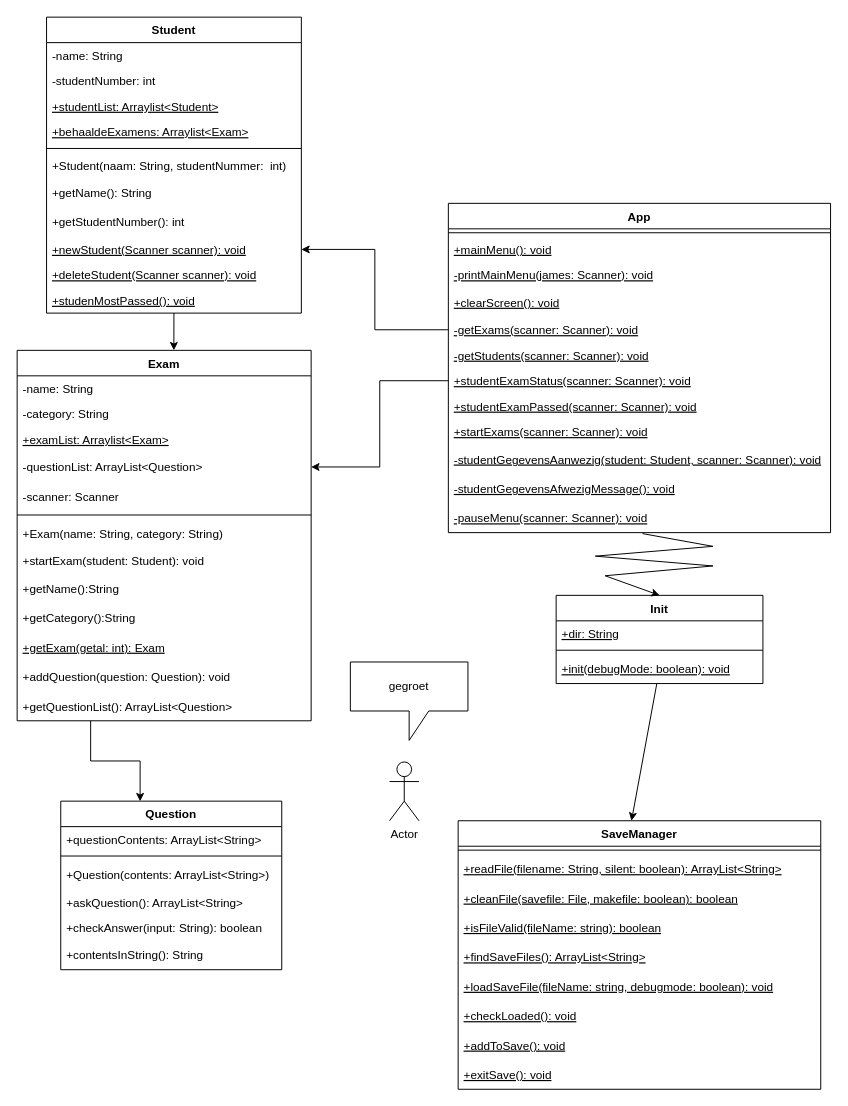
Studeeric/proj1 keeps this draw.io diagram as UML.drawio. Above is the earlier version. Source tidied: cells renumbered, new cells numbered last; positions are measured from the earlier drawing's top-left corner, leaving out a move shared by most shapes. Both pictures are drawn from the tidied source at 98%, with x=0, y=0 at pixel (17, 17).
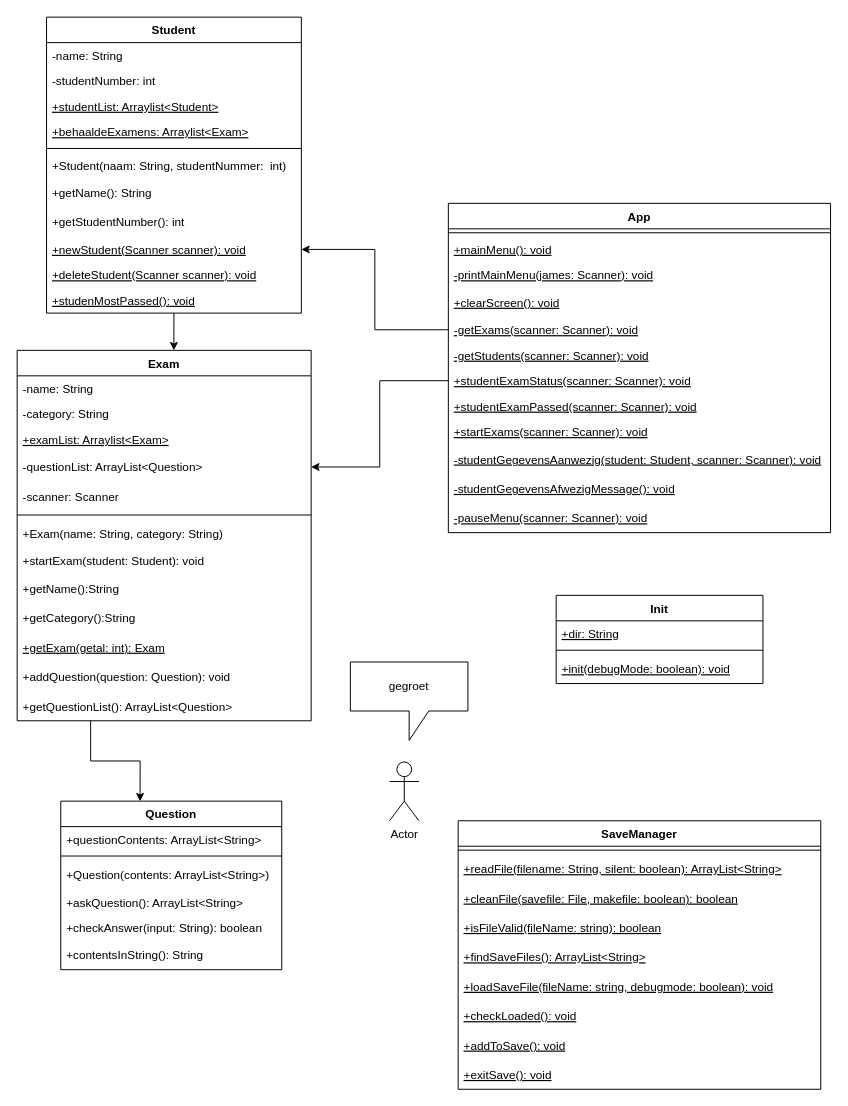
The same diagram, later.

Unchanged cells that the change refers to:
```xml
<mxCell id="42" value="-pauseMenu(scanner: Scanner): void" style="text;strokeColor=none;fillColor=none;align=left;verticalAlign=middle;spacingLeft=4;spacingRight=4;overflow=hidden;points=[[0,0.5],[1,0.5]];portConstraint=eastwest;fontStyle=4;" parent="30" vertex="1">
  <mxGeometry y="306" width="390" height="30" as="geometry" />
</mxCell>
<mxCell id="50" value="SaveManager" style="swimlane;fontStyle=1;align=center;verticalAlign=top;horizontal=1;startSize=26;" parent="1" vertex="1">
  <mxGeometry x="450" y="820" width="370" height="274" as="geometry" />
</mxCell>
<mxCell id="62" value="Init" style="swimlane;fontStyle=1;align=center;verticalAlign=top;horizontal=1;startSize=26;" parent="1" vertex="1">
  <mxGeometry x="550" y="590" width="211" height="90" as="geometry" />
</mxCell>
<mxCell id="65" value="+init(debugMode: boolean): void" style="text;strokeColor=none;fillColor=none;align=left;verticalAlign=middle;spacingLeft=4;spacingRight=4;overflow=hidden;points=[[0,0.5],[1,0.5]];portConstraint=eastwest;fontStyle=4;" parent="62" vertex="1">
  <mxGeometry y="60" width="211" height="30" as="geometry" />
</mxCell>
```

Change to the diagram source:
```diff
@@
-    <mxCell id="66" style="endArrow=classic;html=1;rounded=0;exitX=0.508;exitY=1.033;exitDx=0;exitDy=0;exitPerimeter=0;entryX=0.5;entryY=0;entryDx=0;entryDy=0;" parent="1" edge="1" source="42" target="62">
-      <mxGeometry relative="1" as="geometry">
-        <Array as="points">
-          <mxPoint x="710" y="540" />
-          <mxPoint x="590" y="550" />
-          <mxPoint x="710" y="560" />
-          <mxPoint x="600" y="570" />
-        </Array>
-      </mxGeometry>
-    </mxCell>
-    <mxCell id="67" style="endArrow=classic;html=1;rounded=0;entryX=0.478;entryY=0;entryDx=0;entryDy=0;entryPerimeter=0;" parent="1" edge="1" source="65" target="50">
-      <mxGeometry relative="1" as="geometry" />
-    </mxCell>
```
